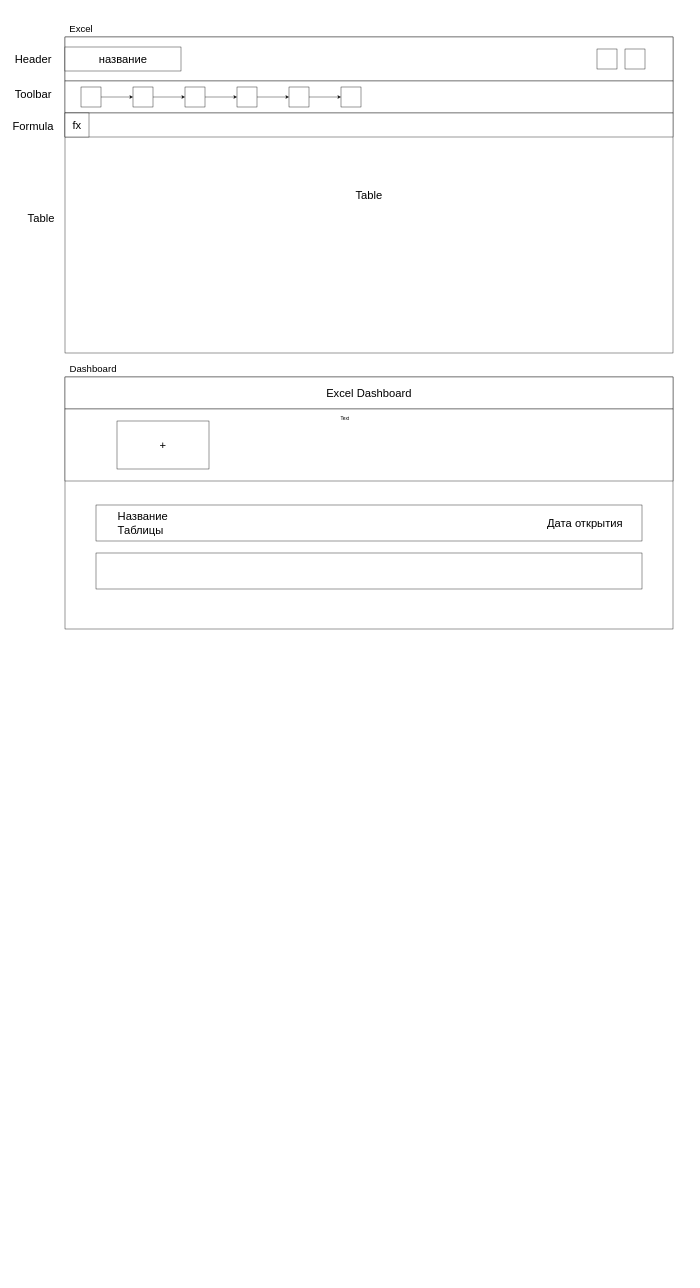
The draw.io diagram src/scss/Диаграмма без названия.drawio in Alexander-Sab/Think_Senor, before the edit. Source tidied: cells renumbered, new cells numbered last; positions are measured from the earlier drawing's top-left corner, leaving out a move shared by most shapes. Both pictures are drawn from the tidied source at 40%, with x=0, y=0 at pixel (7, 21).
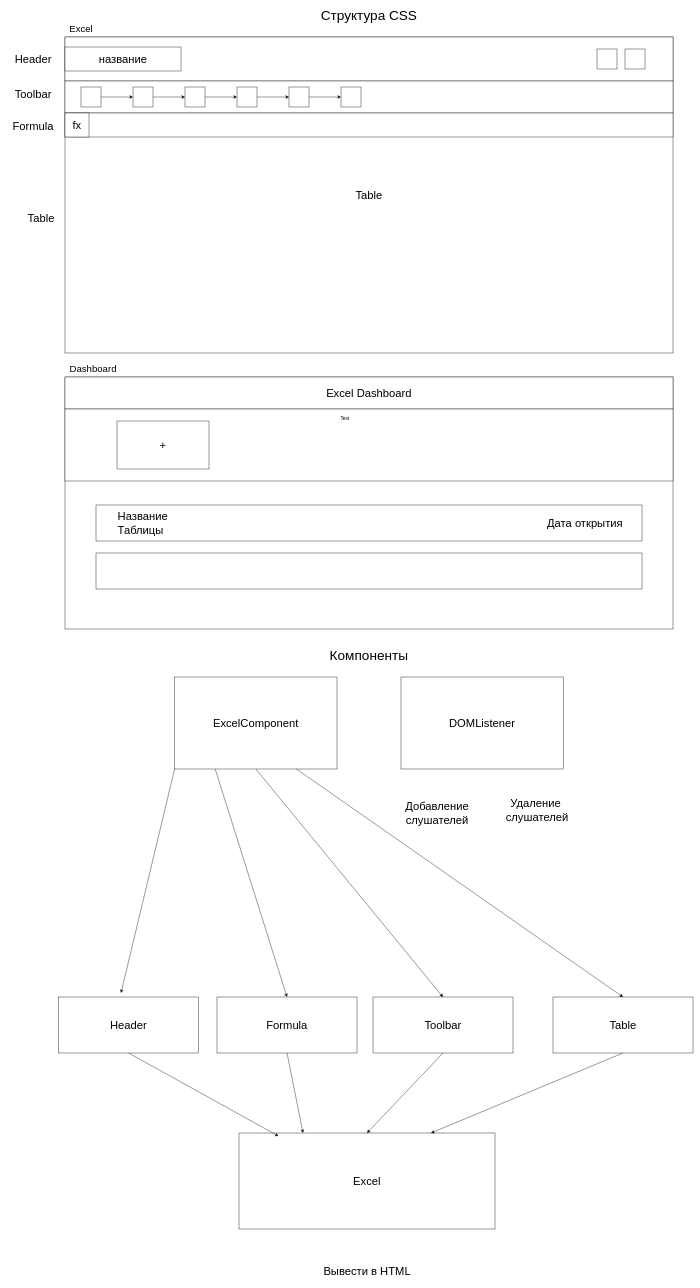
Above is the later version.

Diff of the diagram source:
```diff
@@
+    <mxCell id="36" value="Структура CSS" style="text;html=1;align=center;verticalAlign=middle;whiteSpace=wrap;rounded=0;fontSize=34;" parent="1" vertex="1">
+      <mxGeometry x="590" y="-30" width="630" height="30" as="geometry" />
+    </mxCell>
+    <mxCell id="37" value="Компоненты" style="text;html=1;align=center;verticalAlign=middle;whiteSpace=wrap;rounded=0;fontSize=34;" parent="1" vertex="1">
+      <mxGeometry x="590" y="1570" width="630" height="30" as="geometry" />
+    </mxCell>
+    <mxCell id="38" value="Header" style="rounded=0;whiteSpace=wrap;html=1;fontSize=28;" parent="1" vertex="1">
+      <mxGeometry x="129" y="2440" width="350" height="140" as="geometry" />
+    </mxCell>
+    <mxCell id="39" value="Formula" style="rounded=0;whiteSpace=wrap;html=1;fontSize=28;" parent="1" vertex="1">
+      <mxGeometry x="525" y="2440" width="350" height="140" as="geometry" />
+    </mxCell>
+    <mxCell id="40" value="Toolbar" style="rounded=0;whiteSpace=wrap;html=1;fontSize=28;" parent="1" vertex="1">
+      <mxGeometry x="915" y="2440" width="350" height="140" as="geometry" />
+    </mxCell>
+    <mxCell id="41" value="Table" style="rounded=0;whiteSpace=wrap;html=1;fontSize=28;" parent="1" vertex="1">
+      <mxGeometry x="1365" y="2440" width="350" height="140" as="geometry" />
+    </mxCell>
+    <mxCell id="42" value="ExcelComponent" style="rounded=0;whiteSpace=wrap;html=1;fontSize=28;" parent="1" vertex="1">
+      <mxGeometry x="419" y="1640" width="406" height="230" as="geometry" />
+    </mxCell>
+    <mxCell id="43" value="DOMListener" style="rounded=0;whiteSpace=wrap;html=1;fontSize=28;" parent="1" vertex="1">
+      <mxGeometry x="985" y="1640" width="406" height="230" as="geometry" />
+    </mxCell>
+    <mxCell id="44" value="&lt;font style=&quot;font-size: 28px;&quot;&gt;Добавление&lt;br&gt;слушателей&lt;/font&gt;" style="text;html=1;align=center;verticalAlign=middle;strokeColor=none;fillColor=none;" parent="1" vertex="1">
+      <mxGeometry x="985" y="1940" width="180" height="80" as="geometry" />
+    </mxCell>
+    <mxCell id="45" value="&lt;font style=&quot;font-size: 28px;&quot;&gt;Удаление&amp;nbsp;&lt;br&gt;слушателей&lt;/font&gt;" style="text;html=1;align=center;verticalAlign=middle;strokeColor=none;fillColor=none;" parent="1" vertex="1">
+      <mxGeometry x="1235" y="1933" width="180" height="80" as="geometry" />
+    </mxCell>
+    <mxCell id="46" style="endArrow=classic;html=1;rounded=0;exitX=0;exitY=1;exitDx=0;exitDy=0;" parent="1" edge="1" source="42">
+      <mxGeometry relative="1" as="geometry">
+        <mxPoint x="285" y="2430" as="targetPoint" />
+      </mxGeometry>
+    </mxCell>
+    <mxCell id="47" style="endArrow=classic;html=1;rounded=0;entryX=0.5;entryY=0;entryDx=0;entryDy=0;exitX=0.25;exitY=1;exitDx=0;exitDy=0;" parent="1" edge="1" source="42" target="39">
+      <mxGeometry relative="1" as="geometry" />
+    </mxCell>
+    <mxCell id="48" style="endArrow=classic;html=1;rounded=0;entryX=0.5;entryY=0;entryDx=0;entryDy=0;exitX=0.5;exitY=1;exitDx=0;exitDy=0;" parent="1" edge="1" source="42" target="40">
+      <mxGeometry relative="1" as="geometry" />
+    </mxCell>
+    <mxCell id="49" style="endArrow=classic;html=1;rounded=0;entryX=0.5;entryY=0;entryDx=0;entryDy=0;exitX=0.75;exitY=1;exitDx=0;exitDy=0;" parent="1" edge="1" source="42" target="41">
+      <mxGeometry relative="1" as="geometry" />
+    </mxCell>
+    <mxCell id="50" value="Excel" style="rounded=0;whiteSpace=wrap;html=1;fontSize=28;" parent="1" vertex="1">
+      <mxGeometry x="580" y="2780" width="640" height="240" as="geometry" />
+    </mxCell>
+    <mxCell id="51" style="endArrow=classic;html=1;rounded=0;exitX=0.5;exitY=1;exitDx=0;exitDy=0;entryX=0.154;entryY=0.032;entryDx=0;entryDy=0;entryPerimeter=0;" parent="1" edge="1" source="38" target="50">
+      <mxGeometry relative="1" as="geometry" />
+    </mxCell>
+    <mxCell id="52" style="endArrow=classic;html=1;rounded=0;exitX=0.5;exitY=1;exitDx=0;exitDy=0;entryX=0.25;entryY=0;entryDx=0;entryDy=0;" parent="1" edge="1" source="39" target="50">
+      <mxGeometry relative="1" as="geometry" />
+    </mxCell>
+    <mxCell id="53" style="endArrow=classic;html=1;rounded=0;exitX=0.5;exitY=1;exitDx=0;exitDy=0;entryX=0.5;entryY=0;entryDx=0;entryDy=0;" parent="1" edge="1" source="40" target="50">
+      <mxGeometry relative="1" as="geometry" />
+    </mxCell>
+    <mxCell id="54" style="endArrow=classic;html=1;rounded=0;exitX=0.5;exitY=1;exitDx=0;exitDy=0;entryX=0.75;entryY=0;entryDx=0;entryDy=0;" parent="1" edge="1" source="41" target="50">
+      <mxGeometry relative="1" as="geometry" />
+    </mxCell>
+    <mxCell id="55" value="Вывести в HTML" style="text;html=1;align=center;verticalAlign=middle;strokeColor=none;fillColor=none;fontSize=28;" parent="1" vertex="1">
+      <mxGeometry x="780" y="3100" width="240" height="50" as="geometry" />
+    </mxCell>
```
